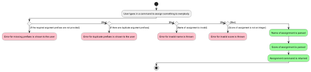
This is docs/images/AssignParserActivityDiagram.png from proto-aiken-13/tp, a PlantUML export, as it was before one commit.
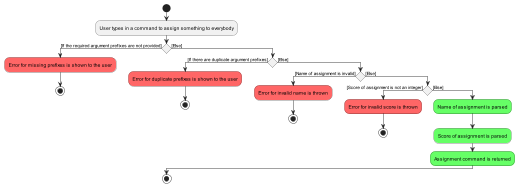
Above is the later version.

Commit message:
Fix DG Activity Diagram

Change to the diagram source:
```diff
@@ -1,24 +1,31 @@
 @startuml
-scale 2.0
 
 start
 :User types in a command to assign something to everybody;
+
 if () then ([If the required argument prefixes are not provided])
-    #pink:Error for missing prefixes is shown to the user;
-    kill
-([Else]) elseif () then ([If there are duplicate argument prefixes])
-        #pink:Error for duplicate prefixes is shown to the user;
-        kill
-([Else]) elseif () then ([Name of assignment is invalid])
-    #pink:Error for invalid name is thrown;
-    kill
-([Else]) elseif () then ([Score of assignment is not an integer])
-    #pink:Error for invalid score is thrown;
-    kill
+    #FF6666:Error for missing prefixes is shown to the user;
+    stop
 else ([Else])
-    #palegreen:Name of assignment is parsed;
-    #palegreen:Score of assignment is parsed;
-    #palegreen:Assignment command is returned;
+    if () then ([If there are duplicate argument prefixes])
+        #FF6666:Error for duplicate prefixes is shown to the user;
+        stop
+    else ([Else])
+        if () then ([Name of assignment is invalid])
+            #FF6666:Error for invalid name is thrown;
+            stop
+        else ([Else])
+            if () then ([Score of assignment is not an integer])
+                #FF6666:Error for invalid score is thrown;
+                stop
+            else ([Else])
+                #66FF66:Name of assignment is parsed;
+                #66FF66:Score of assignment is parsed;
+                #66FF66:Assignment command is returned;
+            endif
+        endif
+    endif
 endif
+
 stop
 @enduml
```
